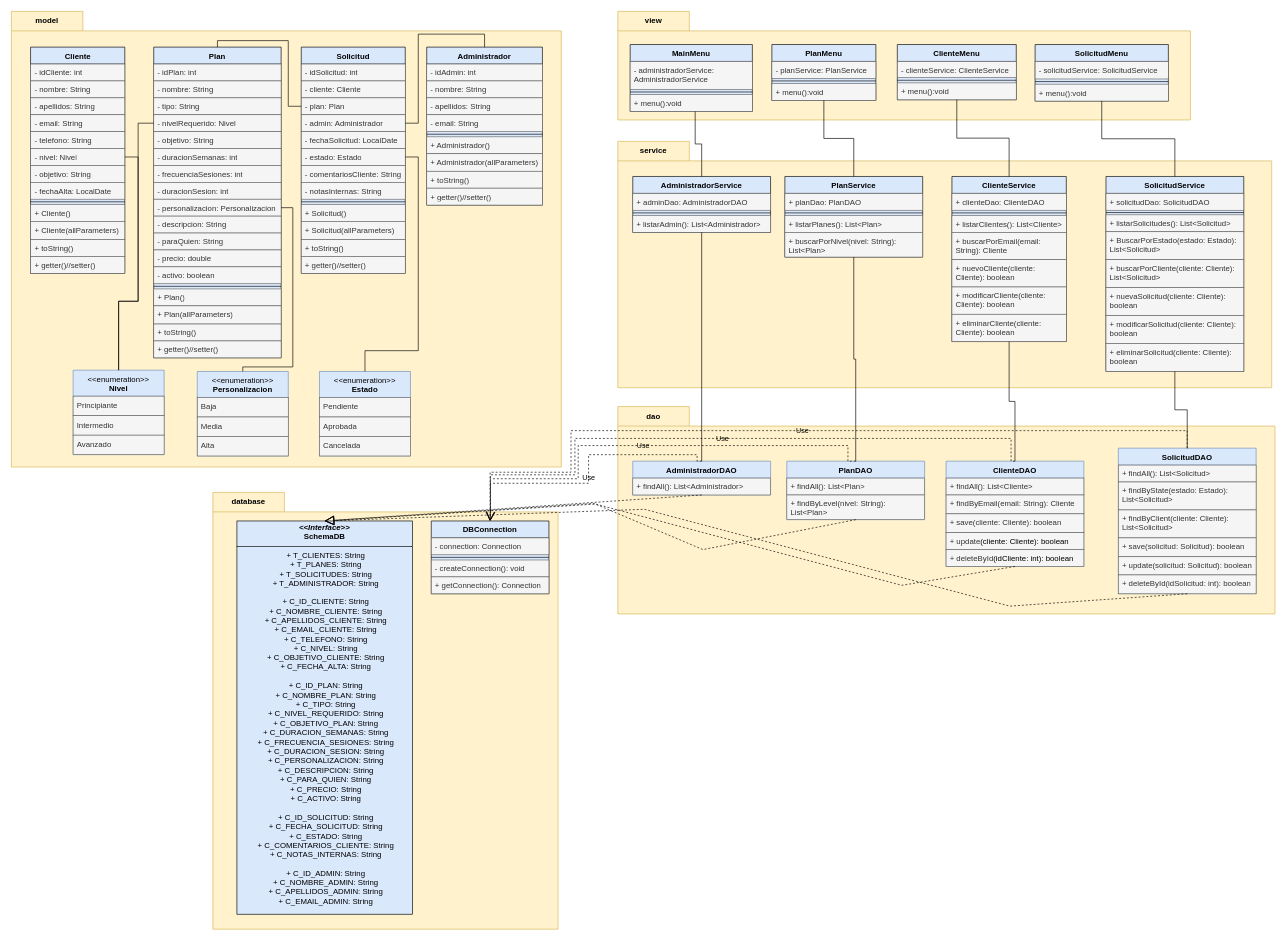
Above: diagrams/uml.drawio in Jbergo/nextrep-training (draw.io), before the change. Source tidied: cells renumbered, new cells numbered last; positions are measured from the earlier drawing's top-left corner, leaving out a move shared by most shapes. Both pictures are drawn from the tidied source at 65%, with x=0, y=0 at pixel (11, 11).
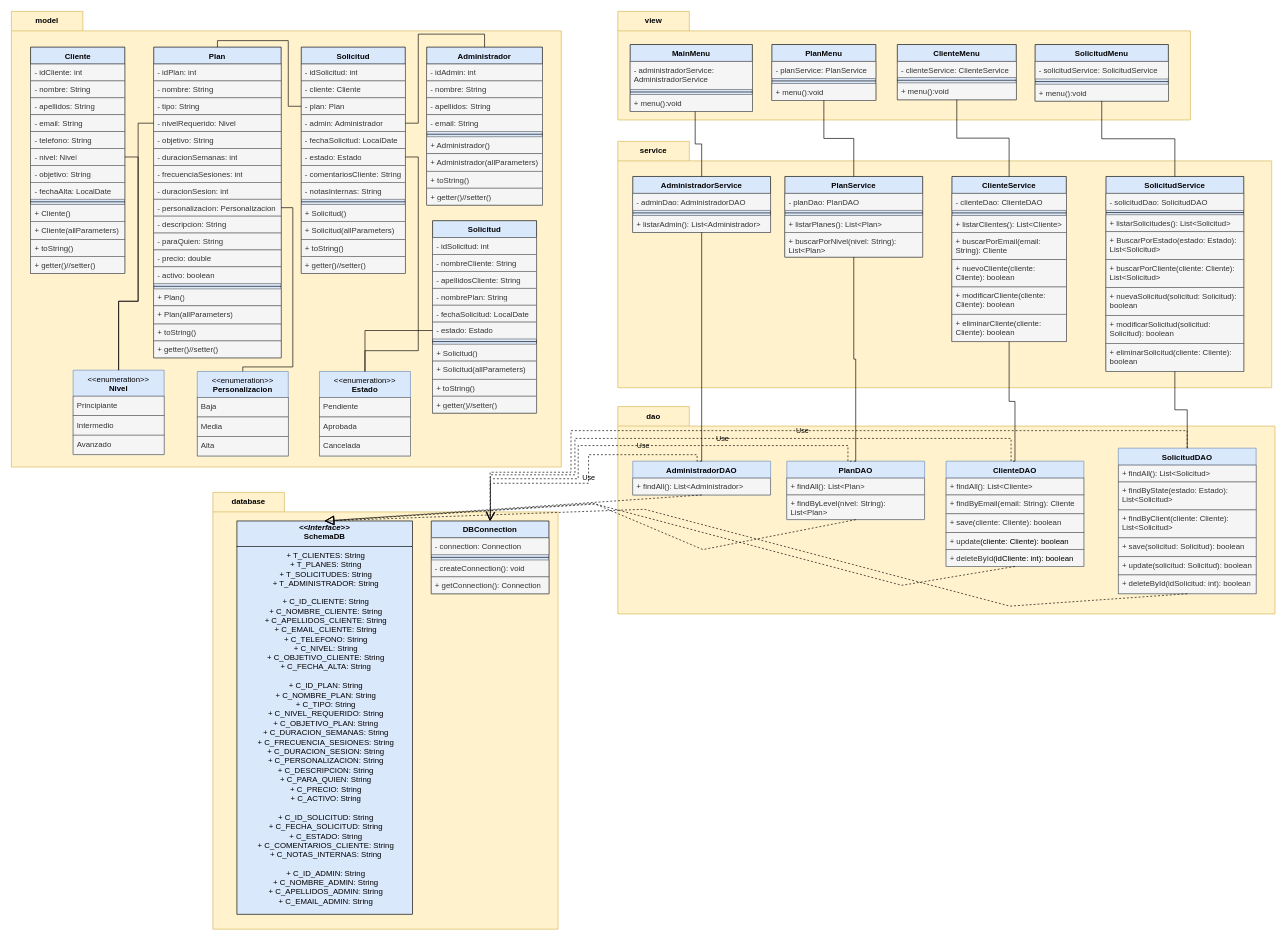
The same page after the edit.

Commit message:
docs: actualización UML

The change refers to these unchanged cells:
```xml
<mxCell id="9" value="model" style="shape=folder;fontStyle=1;tabWidth=110;tabHeight=30;tabPosition=left;html=1;boundedLbl=1;labelInHeader=1;whiteSpace=wrap;fillColor=#fff2cc;strokeColor=#d6b656;" parent="1" vertex="1">
  <mxGeometry width="846" height="701" as="geometry" />
</mxCell>
<mxCell id="51" value="&amp;lt;&amp;lt;enumeration&amp;gt;&amp;gt;&lt;br&gt;&lt;b&gt;Estado&lt;/b&gt;" style="swimlane;fontStyle=0;align=center;verticalAlign=top;horizontal=1;startSize=40;html=1;whiteSpace=wrap;fillColor=#dae8fc;strokeColor=#6c8ebf;" parent="9" vertex="1">
  <mxGeometry x="474" y="554" width="140" height="130" as="geometry" />
</mxCell>
<mxCell id="105" value="ClienteService" style="swimlane;fontStyle=1;align=center;verticalAlign=top;horizontal=1;startSize=26;whiteSpace=wrap;html=1;fillColor=#dae8fc;strokeColor=#000000;swimlaneFillColor=#DAE8FC;" parent="104" vertex="1">
  <mxGeometry x="514" y="54" width="176" height="254" as="geometry" />
</mxCell>
<mxCell id="113" value="PlanService" style="swimlane;fontStyle=1;align=center;verticalAlign=top;horizontal=1;startSize=26;whiteSpace=wrap;html=1;fillColor=#dae8fc;strokeColor=#000000;swimlaneFillColor=#DAE8FC;" parent="104" vertex="1">
  <mxGeometry x="257" y="54" width="212" height="124" as="geometry" />
</mxCell>
<mxCell id="118" value="AdministradorService" style="swimlane;fontStyle=1;align=center;verticalAlign=top;horizontal=1;startSize=26;whiteSpace=wrap;html=1;fillColor=#dae8fc;strokeColor=#000000;swimlaneFillColor=#DAE8FC;" parent="104" vertex="1">
  <mxGeometry x="23" y="54" width="212" height="86" as="geometry" />
</mxCell>
<mxCell id="122" value="SolicitudService" style="swimlane;fontStyle=1;align=center;verticalAlign=top;horizontal=1;startSize=26;whiteSpace=wrap;html=1;fillColor=#dae8fc;strokeColor=#000000;swimlaneFillColor=#DAE8FC;swimlaneLine=1;" parent="104" vertex="1">
  <mxGeometry x="751" y="54" width="212" height="300" as="geometry" />
</mxCell>
```

What changed in the source:
```diff
@@
+    <mxCell id="164" value="Solicitud" style="swimlane;fontStyle=1;align=center;verticalAlign=top;horizontal=1;startSize=26;whiteSpace=wrap;html=1;fillColor=#dae8fc;strokeColor=#000000;swimlaneFillColor=#DAE8FC;" parent="9" vertex="1">
+      <mxGeometry x="648" y="322" width="160" height="296" as="geometry" />
+    </mxCell>
+    <mxCell id="165" value="- idSolicitud: int" style="text;strokeColor=#666666;fillColor=#f5f5f5;align=left;verticalAlign=top;spacingLeft=4;spacingRight=4;overflow=hidden;whiteSpace=wrap;html=1;fontColor=#333333;" parent="164" vertex="1">
+      <mxGeometry y="26" width="160" height="26" as="geometry" />
+    </mxCell>
+    <mxCell id="166" value="- nombreCliente: String" style="text;strokeColor=#666666;fillColor=#f5f5f5;align=left;verticalAlign=top;spacingLeft=4;spacingRight=4;overflow=hidden;whiteSpace=wrap;html=1;fontColor=#333333;" parent="164" vertex="1">
+      <mxGeometry y="52" width="160" height="26" as="geometry" />
+    </mxCell>
+    <mxCell id="167" value="- apellidosCliente: String" style="text;strokeColor=#666666;fillColor=#f5f5f5;align=left;verticalAlign=top;spacingLeft=4;spacingRight=4;overflow=hidden;whiteSpace=wrap;html=1;fontColor=#333333;" parent="164" vertex="1">
+      <mxGeometry y="78" width="160" height="26" as="geometry" />
+    </mxCell>
+    <mxCell id="168" value="- nombrePlan: String" style="text;strokeColor=#666666;fillColor=#f5f5f5;align=left;verticalAlign=top;spacingLeft=4;spacingRight=4;overflow=hidden;whiteSpace=wrap;html=1;fontColor=#333333;" parent="164" vertex="1">
+      <mxGeometry y="104" width="160" height="26" as="geometry" />
+    </mxCell>
+    <mxCell id="169" value="- fechaSolicitud: LocalDate" style="text;strokeColor=#666666;fillColor=#f5f5f5;align=left;verticalAlign=top;spacingLeft=4;spacingRight=4;overflow=hidden;whiteSpace=wrap;html=1;fontColor=#333333;" parent="164" vertex="1">
+      <mxGeometry y="130" width="160" height="26" as="geometry" />
+    </mxCell>
+    <mxCell id="170" value="- estado: Estado" style="text;strokeColor=#666666;fillColor=#f5f5f5;align=left;verticalAlign=top;spacingLeft=4;spacingRight=4;overflow=hidden;points=[[0,0.5],[1,0.5]];portConstraint=eastwest;whiteSpace=wrap;html=1;fontColor=#333333;" parent="164" vertex="1">
+      <mxGeometry y="156" width="160" height="26" as="geometry" />
+    </mxCell>
+    <mxCell id="171" style="line;strokeWidth=1;align=left;verticalAlign=middle;spacingTop=-1;spacingLeft=3;spacingRight=3;labelPosition=right;" parent="164" vertex="1">
+      <mxGeometry y="182" width="160" height="8" as="geometry" />
+    </mxCell>
+    <mxCell id="172" value="+ Solicitud()" style="text;strokeColor=#666666;fillColor=#f5f5f5;align=left;verticalAlign=top;spacingLeft=4;spacingRight=4;overflow=hidden;whiteSpace=wrap;html=1;fontColor=#333333;" parent="164" vertex="1">
+      <mxGeometry y="190" width="160" height="26" as="geometry" />
+    </mxCell>
+    <mxCell id="173" value="+ Solicitud(allParameters)" style="text;strokeColor=#666666;fillColor=#f5f5f5;align=left;verticalAlign=top;spacingLeft=4;spacingRight=4;overflow=hidden;whiteSpace=wrap;html=1;fontColor=#333333;" parent="164" vertex="1">
+      <mxGeometry y="216" width="160" height="28" as="geometry" />
+    </mxCell>
+    <mxCell id="174" value="+ toString()" style="text;strokeColor=#666666;fillColor=#f5f5f5;align=left;verticalAlign=top;spacingLeft=4;spacingRight=4;overflow=hidden;whiteSpace=wrap;html=1;fontColor=#333333;" parent="164" vertex="1">
+      <mxGeometry y="244" width="160" height="26" as="geometry" />
+    </mxCell>
+    <mxCell id="175" value="+ getter()//setter()" style="text;strokeColor=#666666;fillColor=#f5f5f5;align=left;verticalAlign=top;spacingLeft=4;spacingRight=4;overflow=hidden;whiteSpace=wrap;html=1;fontColor=#333333;" parent="164" vertex="1">
+      <mxGeometry y="270" width="160" height="26" as="geometry" />
+    </mxCell>
+    <mxCell id="176" style="edgeStyle=orthogonalEdgeStyle;rounded=0;jettySize=auto;html=1;entryX=0.5;entryY=0;entryDx=0;entryDy=0;endArrow=none;endFill=0;" parent="9" edge="1" source="170" target="51">
+      <mxGeometry relative="1" as="geometry" />
+    </mxCell>
@@
-    <mxCell id="106" value="+ clienteDao: ClienteDAO" style="text;strokeColor=#666666;fillColor=#f5f5f5;align=left;verticalAlign=top;spacingLeft=4;spacingRight=4;overflow=hidden;whiteSpace=wrap;html=1;fontColor=#333333;" parent="105" vertex="1">
+    <mxCell id="106" value="- clienteDao: ClienteDAO" style="text;strokeColor=#666666;fillColor=#f5f5f5;align=left;verticalAlign=top;spacingLeft=4;spacingRight=4;overflow=hidden;whiteSpace=wrap;html=1;fontColor=#333333;" parent="105" vertex="1">
       <mxGeometry y="26" width="176" height="26" as="geometry" />
     </mxCell>
@@
-    <mxCell id="114" value="+ planDao: PlanDAO" style="text;strokeColor=#666666;fillColor=#f5f5f5;align=left;verticalAlign=top;spacingLeft=4;spacingRight=4;overflow=hidden;whiteSpace=wrap;html=1;fontColor=#333333;" parent="113" vertex="1">
+    <mxCell id="114" value="- planDao: PlanDAO" style="text;strokeColor=#666666;fillColor=#f5f5f5;align=left;verticalAlign=top;spacingLeft=4;spacingRight=4;overflow=hidden;whiteSpace=wrap;html=1;fontColor=#333333;" parent="113" vertex="1">
       <mxGeometry y="26" width="212" height="26" as="geometry" />
     </mxCell>
@@
-    <mxCell id="119" value="+ adminDao: AdministradorDAO" style="text;strokeColor=#666666;fillColor=#f5f5f5;align=left;verticalAlign=top;spacingLeft=4;spacingRight=4;overflow=hidden;whiteSpace=wrap;html=1;fontColor=#333333;" parent="118" vertex="1">
+    <mxCell id="119" value="- adminDao: AdministradorDAO" style="text;strokeColor=#666666;fillColor=#f5f5f5;align=left;verticalAlign=top;spacingLeft=4;spacingRight=4;overflow=hidden;whiteSpace=wrap;html=1;fontColor=#333333;" parent="118" vertex="1">
       <mxGeometry y="26" width="212" height="26" as="geometry" />
     </mxCell>
@@
-    <mxCell id="123" value="+ solicitudDao: SolicitudDAO" style="text;strokeColor=#666666;fillColor=#f5f5f5;align=left;verticalAlign=top;spacingLeft=4;spacingRight=4;overflow=hidden;whiteSpace=wrap;html=1;fontColor=#333333;" parent="122" vertex="1">
+    <mxCell id="123" value="- solicitudDao: SolicitudDAO" style="text;strokeColor=#666666;fillColor=#f5f5f5;align=left;verticalAlign=top;spacingLeft=4;spacingRight=4;overflow=hidden;whiteSpace=wrap;html=1;fontColor=#333333;" parent="122" vertex="1">
       <mxGeometry y="26" width="212" height="26" as="geometry" />
     </mxCell>
@@
-    <mxCell id="128" value="+ nuevaSolicitud(cliente: Cliente): boolean" style="text;strokeColor=#666666;fillColor=#f5f5f5;align=left;verticalAlign=top;spacingLeft=4;spacingRight=4;overflow=hidden;whiteSpace=wrap;html=1;fontColor=#333333;" parent="122" vertex="1">
+    <mxCell id="128" value="+ nuevaSolicitud(solicitud: Solicitud): boolean" style="text;strokeColor=#666666;fillColor=#f5f5f5;align=left;verticalAlign=top;spacingLeft=4;spacingRight=4;overflow=hidden;whiteSpace=wrap;html=1;fontColor=#333333;" parent="122" vertex="1">
       <mxGeometry y="171" width="212" height="43" as="geometry" />
     </mxCell>
-    <mxCell id="129" value="+ modificarSolicitud(cliente: Cliente): boolean" style="text;strokeColor=#666666;fillColor=#f5f5f5;align=left;verticalAlign=top;spacingLeft=4;spacingRight=4;overflow=hidden;whiteSpace=wrap;html=1;fontColor=#333333;" parent="122" vertex="1">
+    <mxCell id="129" value="+ modificarSolicitud(solicitud: Solicitud): boolean" style="text;strokeColor=#666666;fillColor=#f5f5f5;align=left;verticalAlign=top;spacingLeft=4;spacingRight=4;overflow=hidden;whiteSpace=wrap;html=1;fontColor=#333333;" parent="122" vertex="1">
       <mxGeometry y="214" width="212" height="43" as="geometry" />
     </mxCell>
```
